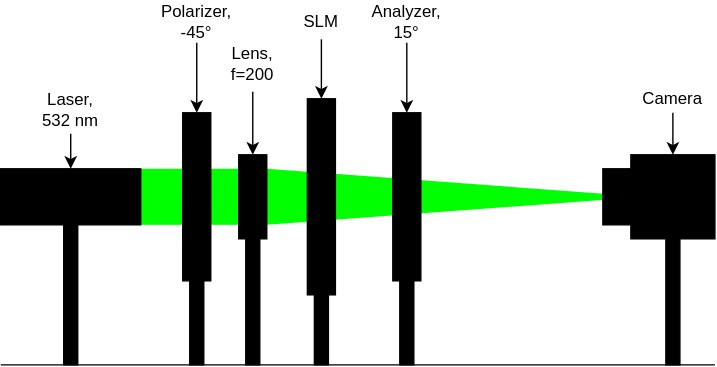
Before: documentation/images/setup_2.svg, a diagram exported from draw.io (nbaehler/mask-designer). Source tidied: cells renumbered, new cells last; positions are measured from the earlier drawing's top-left corner, leaving out a move shared by most shapes.
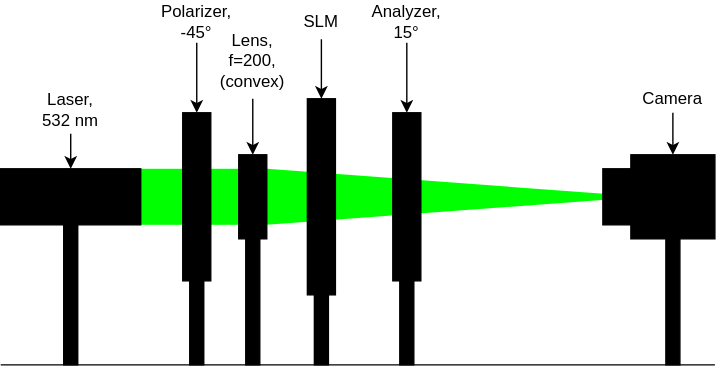
The same file after the commit.

The edit, as a diff of the source:
```diff
@@ -56,8 +56,8 @@
     <mxCell id="18" style="edgeStyle=orthogonalEdgeStyle;rounded=0;jettySize=auto;html=1;exitX=0.5;exitY=1;exitDx=0;exitDy=0;" parent="1" edge="1" source="19" target="25">
       <mxGeometry relative="1" as="geometry" />
     </mxCell>
-    <mxCell id="19" value="&lt;div&gt;Lens,&lt;/div&gt;&lt;div&gt;f=200&lt;br&gt;&lt;/div&gt;" style="text;html=1;strokeColor=none;fillColor=none;align=center;verticalAlign=middle;whiteSpace=wrap;rounded=0;" parent="1" vertex="1">
-      <mxGeometry x="150" y="25" width="60" height="40" as="geometry" />
+    <mxCell id="19" value="&lt;div&gt;Lens,&lt;/div&gt;&lt;div&gt;f=200,&lt;br&gt;&lt;/div&gt;&lt;div&gt;(convex)&lt;br&gt;&lt;/div&gt;" style="text;html=1;strokeColor=none;fillColor=none;align=center;verticalAlign=middle;whiteSpace=wrap;rounded=0;" parent="1" vertex="1">
+      <mxGeometry x="150" y="15" width="60" height="55" as="geometry" />
     </mxCell>
     <mxCell id="20" style="edgeStyle=none;html=1;" parent="1" edge="1" source="21" target="23">
       <mxGeometry relative="1" as="geometry" />
```
